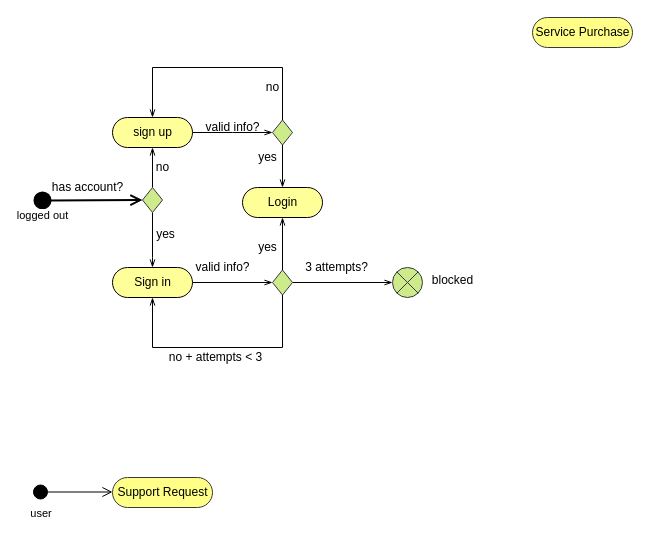
The draw.io diagram page "Login Activity" (1 of 2) of test Diagram.drawio in Itaybarbar/myProject, before the edit. Source tidied: cells renumbered, new cells numbered last; positions are measured from the earlier drawing's top-left corner, leaving out a move shared by most shapes. Both pictures are drawn from the tidied source at 100%, with x=0, y=0 at pixel (32, 17).
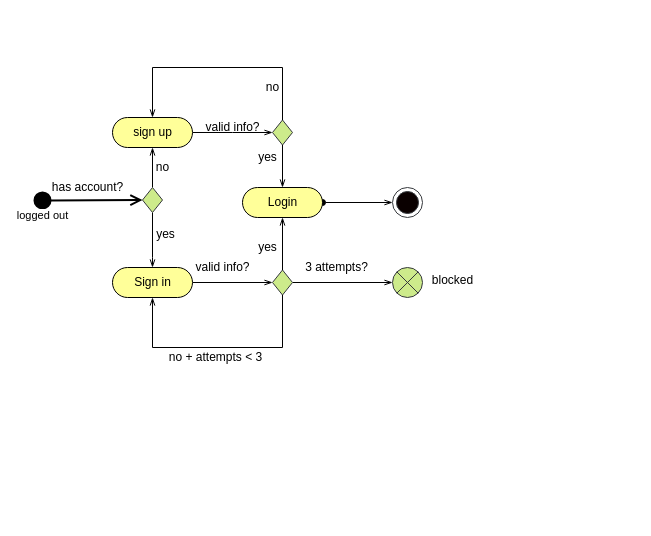
The same page after the edit.

The change refers to these unchanged cells:
```xml
<mxCell id="4" value="Login" style="html=1;dashed=0;whitespace=wrap;shape=mxgraph.dfd.start;shadow=0;glass=0;labelBackgroundColor=#FFFF99;sketch=0;strokeWidth=1;fillColor=#FFFF99;" parent="1" vertex="1">
  <mxGeometry x="210" y="170" width="80" height="30" as="geometry" />
</mxCell>
```

Change to the diagram source:
```diff
@@
+    <mxCell id="34" style="edgeStyle=orthogonalEdgeStyle;rounded=0;jettySize=auto;html=1;exitX=1;exitY=0.5;exitDx=0;exitDy=0;exitPerimeter=0;startArrow=oval;startFill=1;endArrow=openThin;endFill=0;sourcePerimeterSpacing=16;strokeWidth=1;entryX=0;entryY=0.5;entryDx=0;entryDy=0;" parent="1" edge="1" source="4" target="35">
+      <mxGeometry relative="1" as="geometry" />
+    </mxCell>
@@
-    <mxCell id="5" value="Service Purchase" style="html=1;dashed=0;whitespace=wrap;shape=mxgraph.dfd.start;fillColor=#ffff88;strokeColor=#36393d;" parent="1" vertex="1">
-      <mxGeometry x="500" width="100" height="30" as="geometry" />
-    </mxCell>
-    <mxCell id="6" value="Support Request" style="html=1;dashed=0;whitespace=wrap;shape=mxgraph.dfd.start;fillColor=#ffff88;strokeColor=#36393d;" parent="1" vertex="1">
-      <mxGeometry x="80" y="460" width="100" height="30" as="geometry" />
-    </mxCell>
-    <mxCell id="7" value="user&amp;nbsp;" style="html=1;verticalAlign=bottom;startArrow=circle;startFill=1;endArrow=open;startSize=6;endSize=8;rounded=0;" parent="1" edge="1">
-      <mxGeometry x="-0.75" y="-30" relative="1" as="geometry">
-        <mxPoint y="474.5" as="sourcePoint" />
-        <mxPoint x="80" y="474.5" as="targetPoint" />
-      </mxGeometry>
-    </mxCell>
@@
+    <mxCell id="35" style="ellipse;html=1;shape=endState;fillColor=#0A0000;strokeColor=#36393d;gradientDirection=north;gradientColor=none;perimeterSpacing=0;strokeWidth=1;" parent="1" vertex="1">
+      <mxGeometry x="360" y="170" width="30" height="30" as="geometry" />
+    </mxCell>
```
